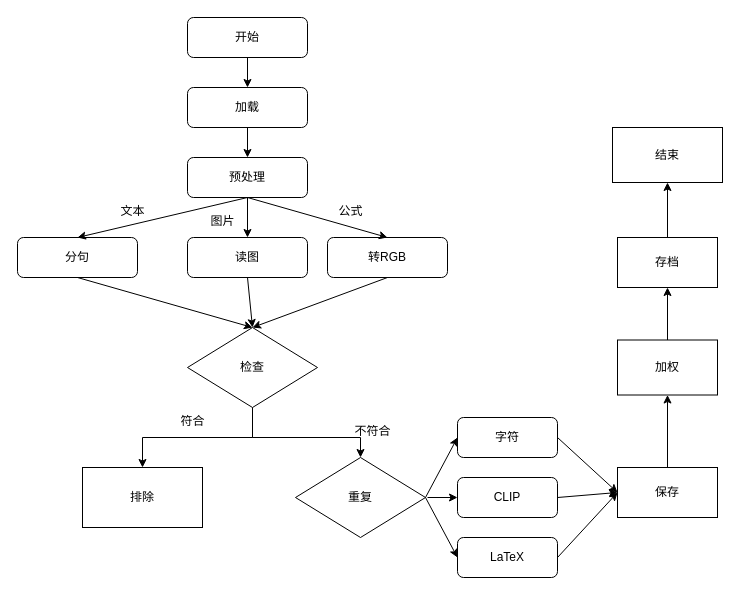
Spritualkb/draw.io keeps this draw.io diagram as 流程图.drawio. Above is the earlier version. Source tidied: cells renumbered, new cells numbered last; positions are measured from the earlier drawing's top-left corner, leaving out a move shared by most shapes. Both pictures are drawn from the tidied source at 100%, with x=0, y=0 at pixel (17, 17).
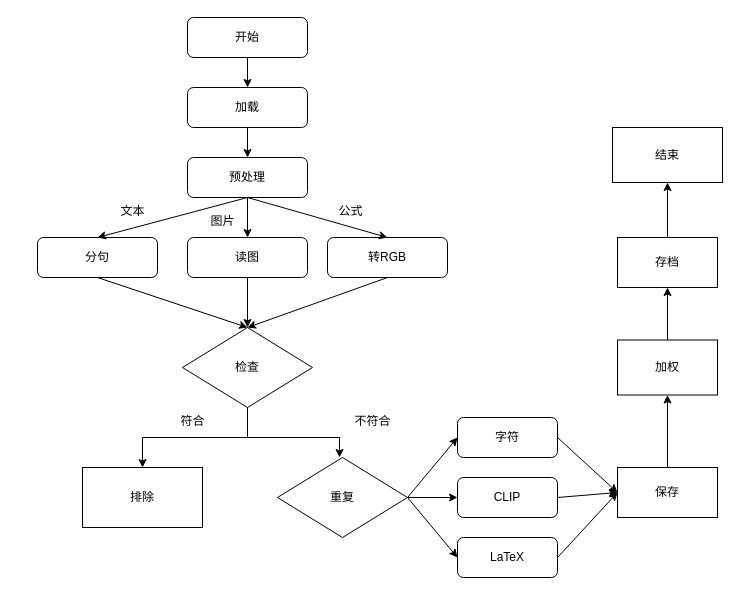
The same page after the edit.

Commit message (it also covers changes not shown here):
更新流程图.drawio

Unchanged cells that the change refers to:
```xml
<mxCell id="25" value="CLIP" style="rounded=1;whiteSpace=wrap;html=1;" parent="1" vertex="1">
  <mxGeometry x="440" y="460" width="100" height="40" as="geometry" />
</mxCell>
```

What changed in the source:
```diff
@@
     <mxCell id="6" value="分句" style="rounded=1;whiteSpace=wrap;html=1;fontSize=12;glass=0;strokeWidth=1;shadow=0;" parent="1" vertex="1">
-      <mxGeometry y="220" width="120" height="40" as="geometry" />
+      <mxGeometry x="20" y="220" width="120" height="40" as="geometry" />
     </mxCell>
@@
-    <mxCell id="17" style="edgeStyle=orthogonalEdgeStyle;rounded=0;jettySize=auto;html=1;" parent="1" edge="1" source="18" target="23">
-      <mxGeometry relative="1" as="geometry">
-        <Array as="points">
-          <mxPoint x="235" y="420" />
-          <mxPoint x="343" y="420" />
-        </Array>
-      </mxGeometry>
-    </mxCell>
     <mxCell id="18" value="检查" style="rhombus;whiteSpace=wrap;html=1;" parent="1" vertex="1">
-      <mxGeometry x="170" y="310" width="130" height="80" as="geometry" />
+      <mxGeometry x="165" y="310" width="130" height="80" as="geometry" />
     </mxCell>
@@
     <mxCell id="22" value="&lt;span style=&quot;font-weight: normal;&quot;&gt;&lt;font style=&quot;font-size: 12px;&quot;&gt;不符合&lt;/font&gt;&lt;/span&gt;" style="text;strokeColor=none;fillColor=none;html=1;fontSize=24;fontStyle=1;verticalAlign=middle;align=center;" parent="1" vertex="1">
-      <mxGeometry x="320" y="400" width="70" height="20" as="geometry" />
+      <mxGeometry x="320" y="390" width="70" height="20" as="geometry" />
     </mxCell>
     <mxCell id="23" value="重复" style="rhombus;whiteSpace=wrap;html=1;" parent="1" vertex="1">
-      <mxGeometry x="278" y="440" width="130" height="80" as="geometry" />
+      <mxGeometry x="260" y="440" width="130" height="80" as="geometry" />
     </mxCell>
@@
-    <mxCell id="28" style="endArrow=classic;html=1;rounded=0;entryX=0;entryY=0.5;entryDx=0;entryDy=0;" parent="1" edge="1" target="25">
-      <mxGeometry relative="1" as="geometry">
-        <mxPoint x="410" y="480" as="sourcePoint" />
-      </mxGeometry>
-    </mxCell>
@@
+    <mxCell id="17" style="endArrow=classic;html=1;rounded=0;exitX=0.5;exitY=1;exitDx=0;exitDy=0;entryX=0.477;entryY=0;entryDx=0;entryDy=0;entryPerimeter=0;" parent="1" edge="1" source="18" target="23">
+      <mxGeometry relative="1" as="geometry">
+        <Array as="points">
+          <mxPoint x="230" y="420" />
+          <mxPoint x="322" y="420" />
+        </Array>
+      </mxGeometry>
+    </mxCell>
@@
+    <mxCell id="42" style="endArrow=classic;html=1;rounded=0;exitX=1;exitY=0.5;exitDx=0;exitDy=0;entryX=0;entryY=0.5;entryDx=0;entryDy=0;" parent="1" edge="1" source="23" target="25">
+      <mxGeometry relative="1" as="geometry" />
+    </mxCell>
```
